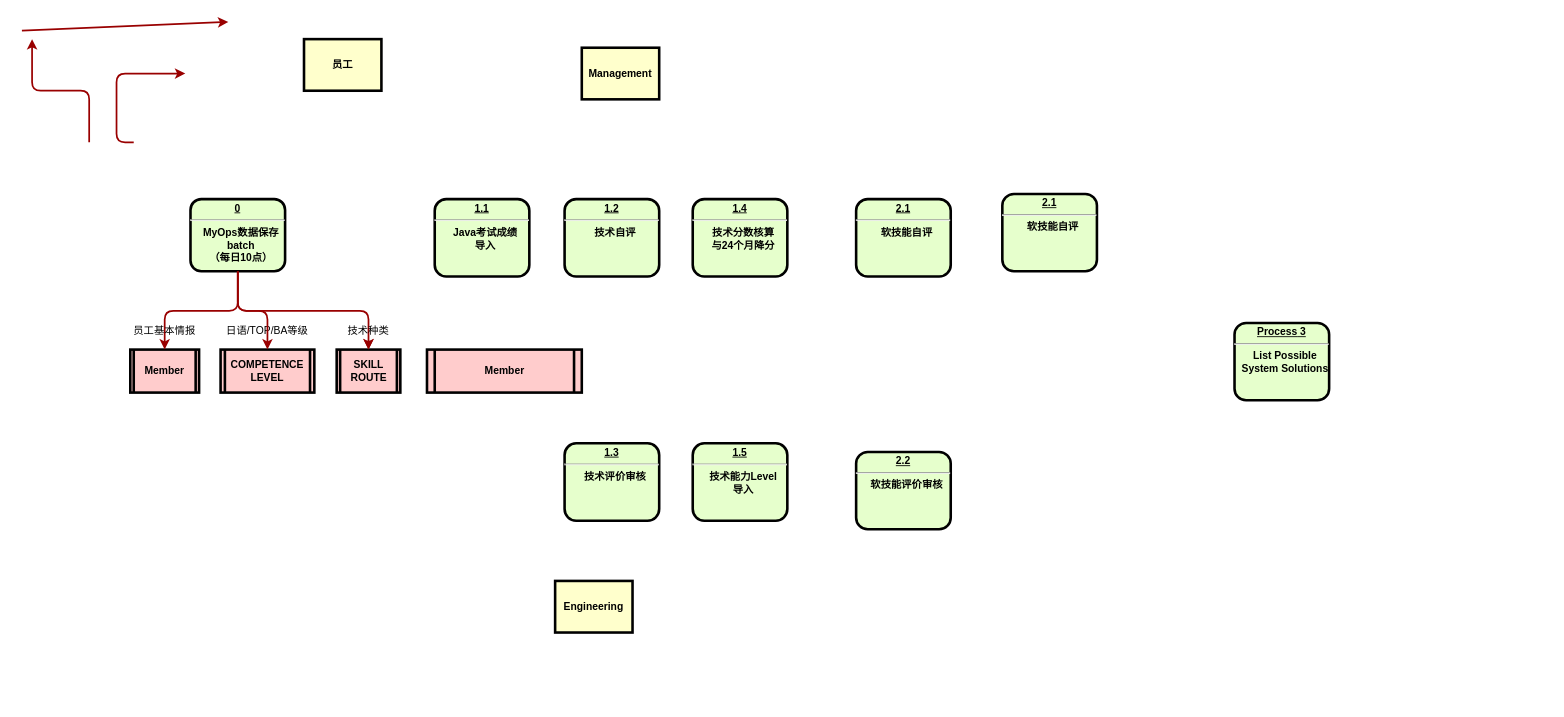
This is src/main/名称未設定ファイル.drawio from danferj/java_learn, a draw.io file, before an edit. Source tidied: cells renumbered, new cells numbered last; positions are measured from the earlier drawing's top-left corner, leaving out a move shared by most shapes. Both pictures are drawn from the tidied source at 86%, with x=0, y=0 at pixel (22, 22).
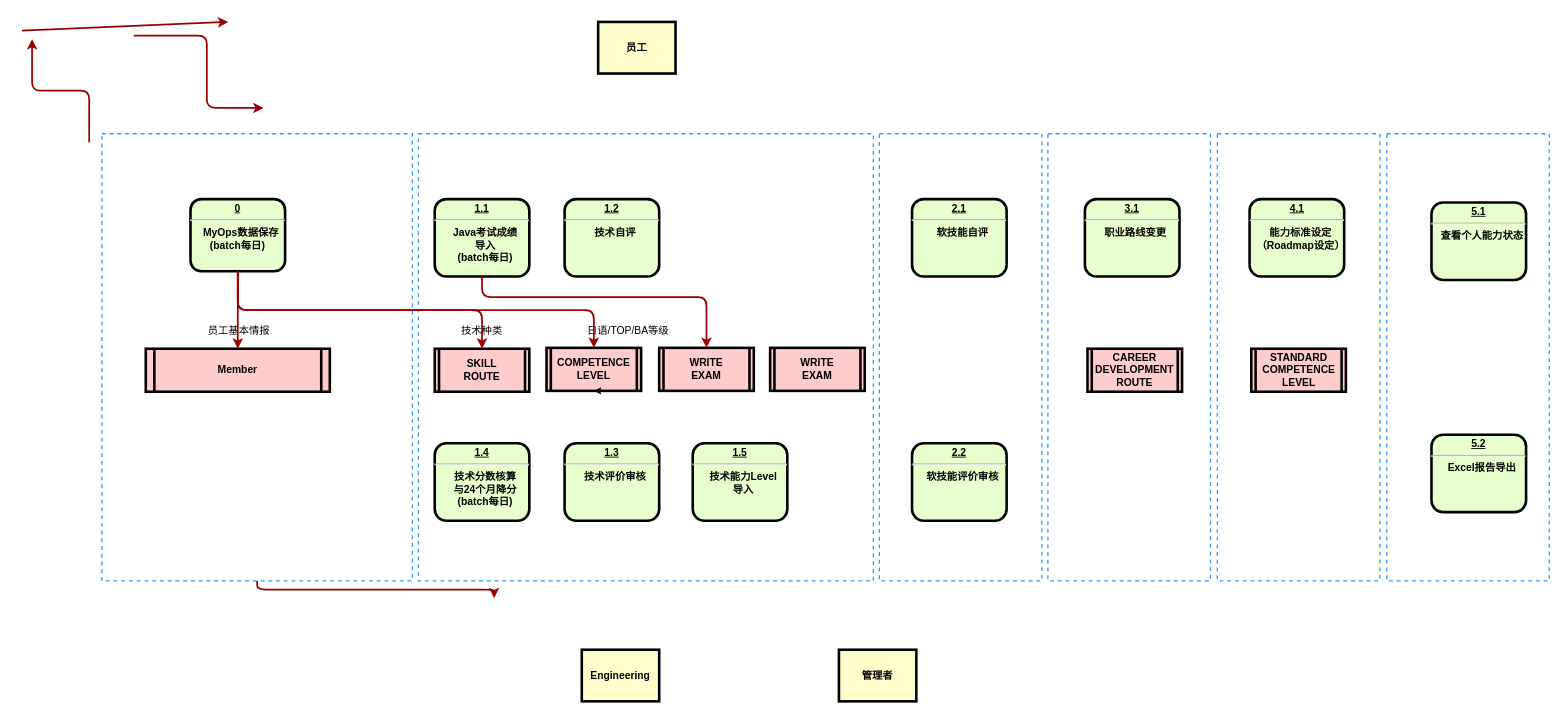
The same page after the edit.

Commit message (it also covers changes not shown here):
名称未設定ファイル.drawio を更新します

Diff of the diagram source:
```diff
@@
+    <mxCell id="30" style="rounded=0;whiteSpace=wrap;html=1;fillColor=none;dashed=1;strokeColor=#3399FF;strokeWidth=1.5;align=left;" parent="1" vertex="1">
+      <mxGeometry x="1587" y="130" width="189" height="520" as="geometry" />
+    </mxCell>
+    <mxCell id="31" style="rounded=0;whiteSpace=wrap;html=1;fillColor=none;dashed=1;strokeColor=#3399FF;strokeWidth=1.5;align=left;" parent="1" vertex="1">
+      <mxGeometry x="1390" y="130" width="189" height="520" as="geometry" />
+    </mxCell>
+    <mxCell id="32" style="rounded=0;whiteSpace=wrap;html=1;fillColor=none;dashed=1;strokeColor=#3399FF;strokeWidth=1.5;align=left;" parent="1" vertex="1">
+      <mxGeometry x="1193" y="130" width="189" height="520" as="geometry" />
+    </mxCell>
+    <mxCell id="33" style="rounded=0;whiteSpace=wrap;html=1;fillColor=none;dashed=1;strokeColor=#3399FF;strokeWidth=1.5;align=left;" parent="1" vertex="1">
+      <mxGeometry x="997" y="130" width="189" height="520" as="geometry" />
+    </mxCell>
+    <mxCell id="34" style="rounded=0;whiteSpace=wrap;html=1;fillColor=none;dashed=1;strokeColor=#3399FF;strokeWidth=1.5;align=left;" parent="1" vertex="1">
+      <mxGeometry x="93" y="130" width="361" height="520" as="geometry" />
+    </mxCell>
+    <mxCell id="35" style="rounded=0;whiteSpace=wrap;html=1;fillColor=none;dashed=1;strokeColor=#3399FF;strokeWidth=1.5;align=left;" parent="1" vertex="1">
+      <mxGeometry x="461" y="130" width="529" height="520" as="geometry" />
+    </mxCell>
-    <mxCell id="2" value="&lt;p style=&quot;margin: 0px; margin-top: 4px; text-align: center; text-decoration: underline;&quot;&gt;&lt;strong&gt;0&lt;/strong&gt;&lt;/p&gt;&lt;hr&gt;&lt;p style=&quot;margin: 0px; margin-left: 8px;&quot;&gt;MyOps&lt;span style=&quot;background-color: initial;&quot;&gt;数据保存&lt;/span&gt;&lt;/p&gt;&lt;p style=&quot;margin: 0px; margin-left: 8px;&quot;&gt;batch&lt;br style=&quot;border-color: var(--border-color); padding: 0px; margin: 0px;&quot;&gt;&lt;span style=&quot;&quot;&gt;（每日10点）&lt;/span&gt;&lt;br&gt;&lt;/p&gt;" style="verticalAlign=middle;align=center;overflow=fill;fontSize=12;fontFamily=Helvetica;html=1;rounded=1;fontStyle=1;strokeWidth=3;fillColor=#E6FFCC;" parent="1" vertex="1">
+    <mxCell id="2" value="&lt;p style=&quot;margin: 0px; margin-top: 4px; text-align: center; text-decoration: underline;&quot;&gt;&lt;strong&gt;0&lt;/strong&gt;&lt;/p&gt;&lt;hr&gt;&lt;p style=&quot;margin: 0px; margin-left: 8px;&quot;&gt;MyOps&lt;span style=&quot;background-color: initial;&quot;&gt;数据保存&lt;/span&gt;&lt;/p&gt;&lt;p style=&quot;margin: 0px; margin-left: 8px;&quot;&gt;&lt;/p&gt;(batch&lt;span style=&quot;background-color: initial;&quot;&gt;每日)&lt;/span&gt;" style="verticalAlign=middle;align=center;overflow=fill;fontSize=12;fontFamily=Helvetica;html=1;rounded=1;fontStyle=1;strokeWidth=3;fillColor=#E6FFCC;" parent="1" vertex="1">
       <mxGeometry x="196" y="206" width="110" height="84" as="geometry" />
     </mxCell>
     <mxCell id="3" value="员工" style="whiteSpace=wrap;align=center;verticalAlign=middle;fontStyle=1;strokeWidth=3;fillColor=#FFFFCC;" parent="1" vertex="1">
-      <mxGeometry x="328" y="20" width="90" height="60" as="geometry" />
+      <mxGeometry x="670" width="90" height="60" as="geometry" />
     </mxCell>
     <mxCell id="4" value="Member" style="shape=process;whiteSpace=wrap;align=center;verticalAlign=middle;size=0.0475;fontStyle=1;strokeWidth=3;fillColor=#FFCCCC;" parent="1" vertex="1">
-      <mxGeometry x="126" y="381" width="80" height="50" as="geometry" />
+      <mxGeometry x="144" y="380" width="214" height="50" as="geometry" />
     </mxCell>
-    <mxCell id="5" value="&lt;p style=&quot;margin: 0px; margin-top: 4px; text-align: center; text-decoration: underline;&quot;&gt;1.1&lt;/p&gt;&lt;hr&gt;&lt;p style=&quot;margin: 0px; margin-left: 8px;&quot;&gt;Java考试成绩&lt;/p&gt;&lt;p style=&quot;margin: 0px; margin-left: 8px;&quot;&gt;导入&lt;/p&gt;" style="verticalAlign=middle;align=center;overflow=fill;fontSize=12;fontFamily=Helvetica;html=1;rounded=1;fontStyle=1;strokeWidth=3;fillColor=#E6FFCC;" parent="1" vertex="1">
+    <mxCell id="5" value="&lt;p style=&quot;margin: 0px; margin-top: 4px; text-align: center; text-decoration: underline;&quot;&gt;1.1&lt;/p&gt;&lt;hr&gt;&lt;p style=&quot;margin: 0px; margin-left: 8px;&quot;&gt;Java考试成绩&lt;/p&gt;&lt;p style=&quot;margin: 0px; margin-left: 8px;&quot;&gt;导入&lt;br&gt;(batch每日)&lt;br&gt;&lt;/p&gt;" style="verticalAlign=middle;align=center;overflow=fill;fontSize=12;fontFamily=Helvetica;html=1;rounded=1;fontStyle=1;strokeWidth=3;fillColor=#E6FFCC;" parent="1" vertex="1">
       <mxGeometry x="480" y="206" width="110" height="90" as="geometry" />
     </mxCell>
-    <mxCell id="6" value="&lt;p style=&quot;margin: 0px; margin-top: 4px; text-align: center; text-decoration: underline;&quot;&gt;1.4&lt;/p&gt;&lt;hr&gt;&lt;p style=&quot;margin: 0px; margin-left: 8px;&quot;&gt;技术分数核算&lt;/p&gt;&lt;p style=&quot;margin: 0px; margin-left: 8px;&quot;&gt;与24个月降分&lt;/p&gt;" style="verticalAlign=middle;align=center;overflow=fill;fontSize=12;fontFamily=Helvetica;html=1;rounded=1;fontStyle=1;strokeWidth=3;fillColor=#E6FFCC;" parent="1" vertex="1">
-      <mxGeometry x="780" y="206" width="110" height="90" as="geometry" />
+    <mxCell id="6" value="&lt;p style=&quot;margin: 0px; margin-top: 4px; text-align: center; text-decoration: underline;&quot;&gt;1.4&lt;/p&gt;&lt;hr&gt;&lt;p style=&quot;margin: 0px; margin-left: 8px;&quot;&gt;技术分数核算&lt;/p&gt;&lt;p style=&quot;margin: 0px; margin-left: 8px;&quot;&gt;与24个月降分&lt;br&gt;(batch每日)&lt;br&gt;&lt;/p&gt;" style="verticalAlign=middle;align=center;overflow=fill;fontSize=12;fontFamily=Helvetica;html=1;rounded=1;fontStyle=1;strokeWidth=3;fillColor=#E6FFCC;" parent="1" vertex="1">
+      <mxGeometry x="480" y="490" width="110" height="90" as="geometry" />
     </mxCell>
@@
-    <mxCell id="8" value="Management" style="whiteSpace=wrap;align=center;verticalAlign=middle;fontStyle=1;strokeWidth=3;fillColor=#FFFFCC;" parent="1" vertex="1">
-      <mxGeometry x="651" y="30" width="90" height="60" as="geometry" />
+    <mxCell id="8" value="管理者" style="whiteSpace=wrap;align=center;verticalAlign=middle;fontStyle=1;strokeWidth=3;fillColor=#FFFFCC;" parent="1" vertex="1">
+      <mxGeometry x="950" y="730" width="90" height="60" as="geometry" />
     </mxCell>
     <mxCell id="9" value="Engineering" style="whiteSpace=wrap;align=center;verticalAlign=middle;fontStyle=1;strokeWidth=3;fillColor=#FFFFCC;" parent="1" vertex="1">
-      <mxGeometry x="620" y="650" width="90" height="60" as="geometry" />
+      <mxGeometry x="651" y="730" width="90" height="60" as="geometry" />
     </mxCell>
@@
     <mxCell id="11" value="日语/TOP/BA等级" style="text;spacingTop=-5;align=center;" parent="1" vertex="1">
-      <mxGeometry x="270.5" y="350" width="30" height="20" as="geometry" />
+      <mxGeometry x="690" y="350" width="30" height="20" as="geometry" />
     </mxCell>
-    <mxCell id="12" style="edgeStyle=elbowEdgeStyle;elbow=horizontal;strokeColor=#990000;strokeWidth=2;" parent="1" edge="1">
+    <mxCell id="12" style="edgeStyle=elbowEdgeStyle;elbow=horizontal;strokeColor=#990000;strokeWidth=2;exitX=0.5;exitY=1;exitDx=0;exitDy=0;entryX=0.5;entryY=0;entryDx=0;entryDy=0;" parent="1" edge="1">
       <mxGeometry relative="1" as="geometry">
-        <mxPoint x="130" y="140" as="sourcePoint" />
-        <mxPoint x="190" y="60" as="targetPoint" />
+        <mxPoint x="130" y="16" as="sourcePoint" />
+        <mxPoint x="281" y="100" as="targetPoint" />
         <Array as="points">
-          <mxPoint x="110" y="60" />
+          <mxPoint x="215" y="60" />
         </Array>
       </mxGeometry>
     </mxCell>
@@
     <mxCell id="14" value="COMPETENCE&#10;LEVEL" style="shape=process;whiteSpace=wrap;align=center;verticalAlign=middle;size=0.0475;fontStyle=1;strokeWidth=3;fillColor=#FFCCCC;" parent="1" vertex="1">
-      <mxGeometry x="231" y="381" width="109" height="50" as="geometry" />
+      <mxGeometry x="610" y="379" width="110" height="50" as="geometry" />
     </mxCell>
-    <mxCell id="15" value="Member" style="shape=process;whiteSpace=wrap;align=center;verticalAlign=middle;size=0.0475;fontStyle=1;strokeWidth=3;fillColor=#FFCCCC;" parent="1" vertex="1">
-      <mxGeometry x="471" y="381" width="180" height="50" as="geometry" />
-    </mxCell>
@@
     <mxCell id="18" value="员工基本情报" style="text;spacingTop=-5;align=center;" parent="1" vertex="1">
-      <mxGeometry x="153.5" y="350" width="25" height="20" as="geometry" />
+      <mxGeometry x="240" y="350" width="25" height="20" as="geometry" />
     </mxCell>
     <mxCell id="19" value="SKILL&#10;ROUTE" style="shape=process;whiteSpace=wrap;align=center;verticalAlign=middle;size=0.0475;fontStyle=1;strokeWidth=3;fillColor=#FFCCCC;" parent="1" vertex="1">
-      <mxGeometry x="366" y="381" width="74" height="50" as="geometry" />
+      <mxGeometry x="480" y="380" width="110" height="50" as="geometry" />
     </mxCell>
-    <mxCell id="20" style="edgeStyle=elbowEdgeStyle;elbow=vertical;entryX=0.5;entryY=0;strokeColor=#990000;strokeWidth=2;entryDx=0;entryDy=0;" parent="1" edge="1" source="22" target="19">
-      <mxGeometry relative="1" as="geometry" />
-    </mxCell>
@@
     <mxCell id="22" value="技术种类" style="text;spacingTop=-5;align=center;" parent="1" vertex="1">
-      <mxGeometry x="388" y="350" width="30" height="20" as="geometry" />
+      <mxGeometry x="520" y="350" width="30" height="20" as="geometry" />
     </mxCell>
@@
-    <mxCell id="24" value="&lt;p style=&quot;margin: 0px; margin-top: 4px; text-align: center; text-decoration: underline;&quot;&gt;&lt;strong&gt;&lt;strong&gt;Process&lt;/strong&gt; 3&lt;br /&gt;&lt;/strong&gt;&lt;/p&gt;&lt;hr /&gt;&lt;p style=&quot;margin: 0px; margin-left: 8px;&quot;&gt;List Possible&lt;/p&gt;&lt;p style=&quot;margin: 0px; margin-left: 8px;&quot;&gt;System Solutions&lt;/p&gt;" style="verticalAlign=middle;align=center;overflow=fill;fontSize=12;fontFamily=Helvetica;html=1;rounded=1;fontStyle=1;strokeWidth=3;fillColor=#E6FFCC;" parent="1" vertex="1">
-      <mxGeometry x="1410" y="350" width="110" height="90" as="geometry" />
-    </mxCell>
@@
-    <mxCell id="26" value="&lt;p style=&quot;margin: 0px; margin-top: 4px; text-align: center; text-decoration: underline;&quot;&gt;&lt;strong&gt;2.1&lt;/strong&gt;&lt;/p&gt;&lt;hr&gt;&lt;p style=&quot;margin: 0px; margin-left: 8px;&quot;&gt;软技能自评&lt;/p&gt;" style="verticalAlign=middle;align=center;overflow=fill;fontSize=12;fontFamily=Helvetica;html=1;rounded=1;fontStyle=1;strokeWidth=3;fillColor=#E6FFCC;" parent="1" vertex="1">
-      <mxGeometry x="1140" y="200" width="110" height="90" as="geometry" />
+    <mxCell id="26" value="&lt;p style=&quot;margin: 0px; margin-top: 4px; text-align: center; text-decoration: underline;&quot;&gt;&lt;strong&gt;5.2&lt;/strong&gt;&lt;/p&gt;&lt;hr&gt;&lt;p style=&quot;margin: 0px; margin-left: 8px;&quot;&gt;Excel报告导出&lt;/p&gt;" style="verticalAlign=middle;align=center;overflow=fill;fontSize=12;fontFamily=Helvetica;html=1;rounded=1;fontStyle=1;strokeWidth=3;fillColor=#E6FFCC;" parent="1" vertex="1">
+      <mxGeometry x="1639" y="480" width="110" height="90" as="geometry" />
     </mxCell>
     <mxCell id="27" value="&lt;p style=&quot;margin: 0px; margin-top: 4px; text-align: center; text-decoration: underline;&quot;&gt;&lt;strong&gt;2.2&lt;/strong&gt;&lt;/p&gt;&lt;hr&gt;&lt;p style=&quot;margin: 0px; margin-left: 8px;&quot;&gt;软技能评价审核&lt;/p&gt;" style="verticalAlign=middle;align=center;overflow=fill;fontSize=12;fontFamily=Helvetica;html=1;rounded=1;fontStyle=1;strokeWidth=3;fillColor=#E6FFCC;" parent="1" vertex="1">
-      <mxGeometry x="970" y="500" width="110" height="90" as="geometry" />
+      <mxGeometry x="1035" y="490" width="110" height="90" as="geometry" />
     </mxCell>
     <mxCell id="28" value="&lt;p style=&quot;margin: 0px; margin-top: 4px; text-align: center; text-decoration: underline;&quot;&gt;&lt;strong&gt;2.1&lt;/strong&gt;&lt;/p&gt;&lt;hr&gt;&lt;p style=&quot;margin: 0px; margin-left: 8px;&quot;&gt;软技能自评&lt;/p&gt;" style="verticalAlign=middle;align=center;overflow=fill;fontSize=12;fontFamily=Helvetica;html=1;rounded=1;fontStyle=1;strokeWidth=3;fillColor=#E6FFCC;" parent="1" vertex="1">
-      <mxGeometry x="970" y="206" width="110" height="90" as="geometry" />
+      <mxGeometry x="1035" y="206" width="110" height="90" as="geometry" />
     </mxCell>
@@
+    <mxCell id="36" value="&lt;p style=&quot;margin: 0px; margin-top: 4px; text-align: center; text-decoration: underline;&quot;&gt;&lt;strong&gt;3.1&lt;/strong&gt;&lt;/p&gt;&lt;hr&gt;&lt;p style=&quot;margin: 0px; margin-left: 8px;&quot;&gt;职业路线变更&lt;/p&gt;" style="verticalAlign=middle;align=center;overflow=fill;fontSize=12;fontFamily=Helvetica;html=1;rounded=1;fontStyle=1;strokeWidth=3;fillColor=#E6FFCC;" parent="1" vertex="1">
+      <mxGeometry x="1236" y="206" width="110" height="90" as="geometry" />
+    </mxCell>
+    <mxCell id="37" value="&lt;p style=&quot;margin: 0px; margin-top: 4px; text-align: center; text-decoration: underline;&quot;&gt;&lt;strong&gt;4.1&lt;/strong&gt;&lt;/p&gt;&lt;hr&gt;&lt;p style=&quot;margin: 0px; margin-left: 8px;&quot;&gt;能力标准设定&lt;/p&gt;&lt;p style=&quot;margin: 0px; margin-left: 8px;&quot;&gt;（Roadmap设定）&lt;/p&gt;" style="verticalAlign=middle;align=center;overflow=fill;fontSize=12;fontFamily=Helvetica;html=1;rounded=1;fontStyle=1;strokeWidth=3;fillColor=#E6FFCC;" parent="1" vertex="1">
+      <mxGeometry x="1427.5" y="206" width="110" height="90" as="geometry" />
+    </mxCell>
+    <mxCell id="38" value="&lt;p style=&quot;margin: 0px; margin-top: 4px; text-align: center; text-decoration: underline;&quot;&gt;&lt;strong&gt;5.1&lt;/strong&gt;&lt;/p&gt;&lt;hr&gt;&lt;p style=&quot;margin: 0px; margin-left: 8px;&quot;&gt;查看个人能力状态&lt;/p&gt;" style="verticalAlign=middle;align=center;overflow=fill;fontSize=12;fontFamily=Helvetica;html=1;rounded=1;fontStyle=1;strokeWidth=3;fillColor=#E6FFCC;" parent="1" vertex="1">
+      <mxGeometry x="1639" y="210" width="110" height="90" as="geometry" />
+    </mxCell>
+    <mxCell id="39" value="WRITE&#10;EXAM" style="shape=process;whiteSpace=wrap;align=center;verticalAlign=middle;size=0.0475;fontStyle=1;strokeWidth=3;fillColor=#FFCCCC;" parent="1" vertex="1">
+      <mxGeometry x="741" y="379" width="110" height="50" as="geometry" />
+    </mxCell>
+    <mxCell id="40" value="CAREER&#10;DEVELOPMENT&#10;ROUTE" style="shape=process;whiteSpace=wrap;align=center;verticalAlign=middle;size=0.0475;fontStyle=1;strokeWidth=3;fillColor=#FFCCCC;" parent="1" vertex="1">
+      <mxGeometry x="1239" y="380" width="110" height="50" as="geometry" />
+    </mxCell>
+    <mxCell id="41" value="STANDARD&#10;COMPETENCE&#10;LEVEL" style="shape=process;whiteSpace=wrap;align=center;verticalAlign=middle;size=0.0475;fontStyle=1;strokeWidth=3;fillColor=#FFCCCC;" parent="1" vertex="1">
+      <mxGeometry x="1429.5" y="380" width="110" height="50" as="geometry" />
+    </mxCell>
+    <mxCell id="42" style="edgeStyle=elbowEdgeStyle;elbow=vertical;entryX=0.5;entryY=0;strokeColor=#990000;strokeWidth=2;exitX=0.5;exitY=1;exitDx=0;exitDy=0;entryDx=0;entryDy=0;" parent="1" edge="1" source="5" target="39">
+      <mxGeometry relative="1" as="geometry">
+        <Array as="points">
+          <mxPoint x="610" y="320" />
+        </Array>
+      </mxGeometry>
+    </mxCell>
+    <mxCell id="43" style="edgeStyle=elbowEdgeStyle;elbow=vertical;entryX=0.5;entryY=0;strokeColor=#990000;strokeWidth=2;entryDx=0;entryDy=0;" parent="1" edge="1" source="34">
+      <mxGeometry relative="1" as="geometry">
+        <mxPoint x="549" y="670" as="targetPoint" />
+      </mxGeometry>
+    </mxCell>
+    <mxCell id="44" style="edgeStyle=orthogonalEdgeStyle;rounded=0;orthogonalLoop=1;jettySize=auto;html=1;exitX=0.75;exitY=1;exitDx=0;exitDy=0;entryX=0.5;entryY=1;entryDx=0;entryDy=0;" parent="1" edge="1" source="14" target="14">
+      <mxGeometry relative="1" as="geometry" />
+    </mxCell>
+    <mxCell id="45" value="WRITE&#10;EXAM" style="shape=process;whiteSpace=wrap;align=center;verticalAlign=middle;size=0.0475;fontStyle=1;strokeWidth=3;fillColor=#FFCCCC;" parent="1" vertex="1">
+      <mxGeometry x="870" y="379" width="110" height="50" as="geometry" />
+    </mxCell>
```
